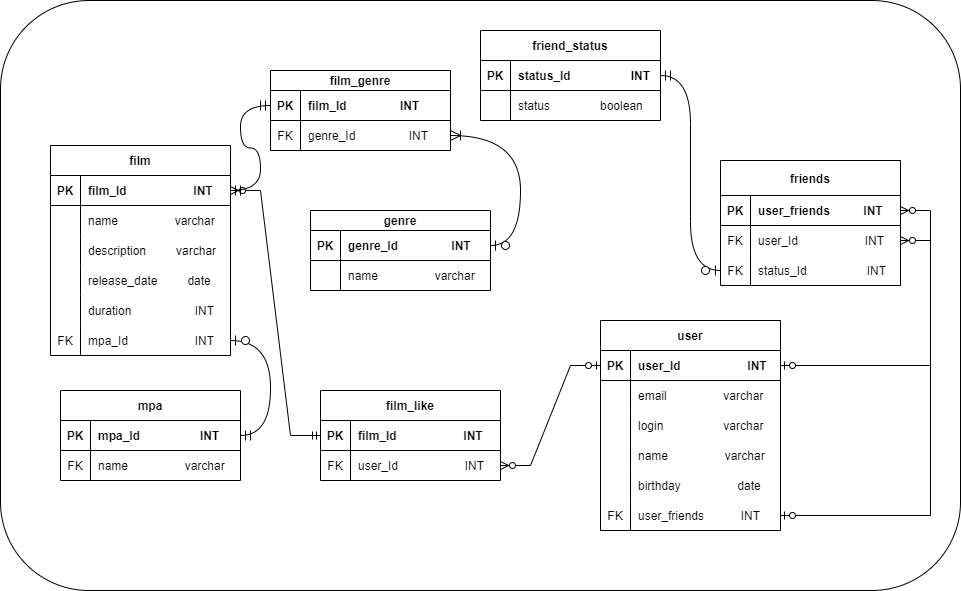
SinDju/java-filmorate keeps this draw.io diagram as src/main/resources/er_diagram.png. Above is the earlier version. Source tidied: cells renumbered, new cells last; positions are measured from the earlier drawing's top-left corner, leaving out a move shared by most shapes.
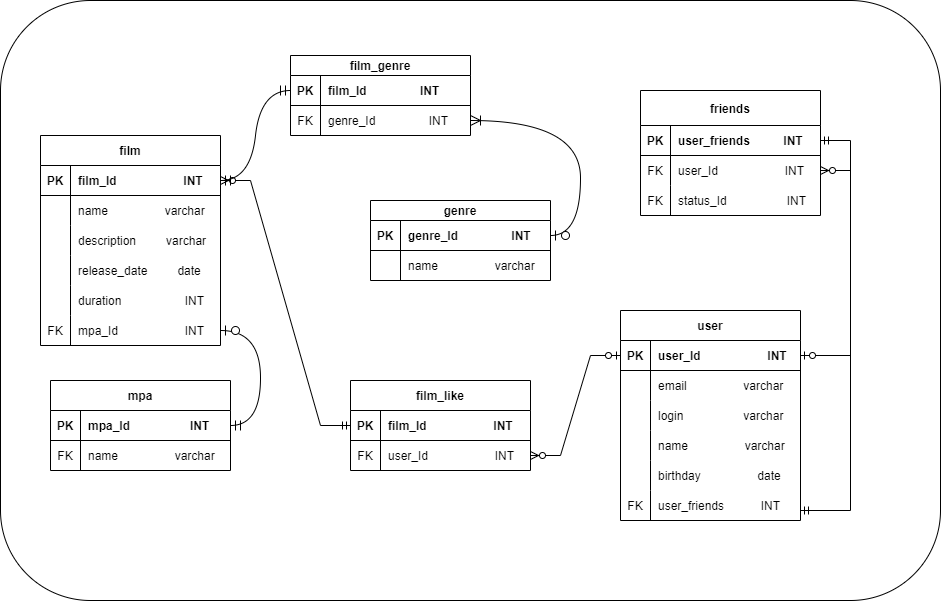
After the change.

Commit message:
fix: добавила извемения в ER diagram

What changed in the source:
```diff
@@ -3,7 +3,7 @@
     <mxCell id="0" />
     <mxCell id="1" parent="0" />
     <mxCell id="2" style="rounded=1;whiteSpace=wrap;html=1;labelBackgroundColor=none;labelBorderColor=none;" parent="1" vertex="1">
-      <mxGeometry width="960" height="590" as="geometry" />
+      <mxGeometry x="10" y="10" width="940" height="600" as="geometry" />
     </mxCell>
     <mxCell id="3" value="film" style="shape=table;startSize=30;rowLines=0;fontStyle=1;align=center;" parent="1" vertex="1">
       <mxGeometry x="50" y="145" width="180" height="210" as="geometry" />
@@ -63,7 +63,7 @@
       <mxGeometry x="30" width="150" height="30" as="geometry" />
     </mxCell>
     <mxCell id="22" value="user" style="shape=table;startSize=30;rowLines=0;fontStyle=1;align=center;" parent="1" vertex="1">
-      <mxGeometry x="600" y="320" width="180" height="210" as="geometry" />
+      <mxGeometry x="630" y="320" width="180" height="210" as="geometry" />
     </mxCell>
     <mxCell id="23" style="shape=tableRow;horizontal=0;startSize=0;swimlaneHead=0;swimlaneBody=0;fillColor=none;points=[[0,0.5],[1,0.5]];portConstraint=eastwest;top=0;left=0;right=0;bottom=1;" parent="22" vertex="1">
       <mxGeometry y="30" width="180" height="30" as="geometry" />
@@ -120,7 +120,7 @@
       <mxGeometry x="30" width="150" height="30" as="geometry" />
     </mxCell>
     <mxCell id="41" value="friends" style="shape=table;startSize=35;rowLines=0;fontStyle=1;align=center;" parent="1" vertex="1">
-      <mxGeometry x="720" y="160" width="180" height="125" as="geometry" />
+      <mxGeometry x="650" y="100" width="180" height="125" as="geometry" />
     </mxCell>
     <mxCell id="42" style="shape=tableRow;horizontal=0;startSize=0;swimlaneHead=0;swimlaneBody=0;fillColor=none;points=[[0,0.5],[1,0.5]];portConstraint=eastwest;top=0;left=0;right=0;bottom=1;" parent="41" vertex="1">
       <mxGeometry y="35" width="180" height="30" as="geometry" />
@@ -149,29 +149,8 @@
     <mxCell id="50" value="status_Id                  INT" style="shape=partialRectangle;fillColor=none;top=0;left=0;bottom=0;right=0;align=left;spacingLeft=6;overflow=hidden;" parent="48" vertex="1">
       <mxGeometry x="30" width="150" height="30" as="geometry" />
     </mxCell>
-    <mxCell id="51" value="friend_status" style="shape=table;startSize=30;rowLines=0;fontStyle=1;align=center;" parent="1" vertex="1">
-      <mxGeometry x="480" y="30" width="180" height="90" as="geometry" />
-    </mxCell>
-    <mxCell id="52" style="shape=tableRow;horizontal=0;startSize=0;swimlaneHead=0;swimlaneBody=0;fillColor=none;points=[[0,0.5],[1,0.5]];portConstraint=eastwest;top=0;left=0;right=0;bottom=1;" parent="51" vertex="1">
-      <mxGeometry y="30" width="180" height="30" as="geometry" />
-    </mxCell>
-    <mxCell id="53" value="PK" style="shape=partialRectangle;fillColor=none;top=0;left=0;bottom=0;right=0;fontStyle=1;overflow=hidden;" parent="52" vertex="1">
-      <mxGeometry width="30" height="30" as="geometry" />
-    </mxCell>
-    <mxCell id="54" value="status_Id                  INT" style="shape=partialRectangle;fillColor=none;top=0;left=0;bottom=0;right=0;align=left;spacingLeft=6;fontStyle=1;overflow=hidden;" parent="52" vertex="1">
-      <mxGeometry x="30" width="150" height="30" as="geometry" />
-    </mxCell>
-    <mxCell id="55" style="shape=tableRow;horizontal=0;startSize=0;swimlaneHead=0;swimlaneBody=0;fillColor=none;top=0;left=0;right=0;bottom=0;" parent="51" vertex="1">
-      <mxGeometry y="60" width="180" height="30" as="geometry" />
-    </mxCell>
-    <mxCell id="56" style="shape=partialRectangle;fillColor=none;top=0;left=0;bottom=0;right=0;overflow=hidden;" parent="55" vertex="1">
-      <mxGeometry width="30" height="30" as="geometry" />
-    </mxCell>
-    <mxCell id="57" value="status               boolean     " style="shape=partialRectangle;fillColor=none;top=0;left=0;bottom=0;right=0;align=left;spacingLeft=6;overflow=hidden;" parent="55" vertex="1">
-      <mxGeometry x="30" width="150" height="30" as="geometry" />
-    </mxCell>
     <mxCell id="58" value="film_like" style="shape=table;startSize=30;rowLines=0;fontStyle=1;align=center;labelBackgroundColor=none;labelBorderColor=none;" parent="1" vertex="1">
-      <mxGeometry x="320" y="390" width="180" height="90" as="geometry" />
+      <mxGeometry x="360" y="390" width="180" height="90" as="geometry" />
     </mxCell>
     <mxCell id="59" style="shape=tableRow;horizontal=0;startSize=0;swimlaneHead=0;swimlaneBody=0;fillColor=none;points=[[0,0.5],[1,0.5]];portConstraint=eastwest;top=0;left=0;right=0;bottom=1;" parent="58" vertex="1">
       <mxGeometry y="30" width="180" height="30" as="geometry" />
@@ -192,7 +171,7 @@
       <mxGeometry x="30" width="150" height="30" as="geometry" />
     </mxCell>
     <mxCell id="65" value="film_genre" style="shape=table;startSize=20;rowLines=0;fontStyle=1;align=center;" parent="1" vertex="1">
-      <mxGeometry x="270" y="70" width="180" height="80" as="geometry" />
+      <mxGeometry x="300" y="65" width="180" height="80" as="geometry" />
     </mxCell>
     <mxCell id="66" style="shape=tableRow;horizontal=0;startSize=0;swimlaneHead=0;swimlaneBody=0;fillColor=none;points=[[0,0.5],[1,0.5]];portConstraint=eastwest;top=0;left=0;right=0;bottom=1;" parent="65" vertex="1">
       <mxGeometry y="20" width="180" height="30" as="geometry" />
@@ -215,9 +194,6 @@
     <mxCell id="72" style="edgeStyle=entityRelationEdgeStyle;fontSize=12;html=1;endArrow=ERzeroToMany;startArrow=ERzeroToOne;rounded=0;exitX=1;exitY=0.5;exitDx=0;exitDy=0;" parent="1" edge="1" source="23" target="45">
       <mxGeometry relative="1" as="geometry" />
     </mxCell>
-    <mxCell id="73" style="edgeStyle=entityRelationEdgeStyle;fontSize=12;html=1;endArrow=ERzeroToMany;startArrow=ERzeroToOne;rounded=0;exitX=1;exitY=0.5;exitDx=0;exitDy=0;" parent="1" edge="1" source="38" target="42">
-      <mxGeometry relative="1" as="geometry" />
-    </mxCell>
     <mxCell id="74" style="edgeStyle=entityRelationEdgeStyle;fontSize=12;html=1;endArrow=ERzeroToMany;startArrow=ERmandOne;rounded=0;" parent="1" edge="1" source="59" target="4">
       <mxGeometry relative="1" as="geometry" />
     </mxCell>
@@ -245,14 +221,11 @@
     <mxCell id="82" value="name                 varchar                          " style="shape=partialRectangle;fillColor=none;top=0;left=0;bottom=0;right=0;align=left;spacingLeft=6;overflow=hidden;" parent="80" vertex="1">
       <mxGeometry x="30" width="150" height="30" as="geometry" />
     </mxCell>
-    <mxCell id="83" style="edgeStyle=entityRelationEdgeStyle;fontSize=12;html=1;endArrow=ERzeroToOne;startArrow=ERmandOne;rounded=0;startSize=8;endSize=8;curved=1;exitX=1;exitY=0.5;exitDx=0;exitDy=0;entryX=0;entryY=0.5;entryDx=0;entryDy=0;" parent="1" edge="1" source="52" target="48">
-      <mxGeometry relative="1" as="geometry" />
-    </mxCell>
     <mxCell id="84" style="edgeStyle=entityRelationEdgeStyle;fontSize=12;html=1;endArrow=ERzeroToOne;startArrow=ERmandOne;rounded=0;startSize=8;endSize=8;curved=1;entryX=1;entryY=0.5;entryDx=0;entryDy=0;" parent="1" edge="1" source="77" target="19">
       <mxGeometry relative="1" as="geometry" />
     </mxCell>
     <mxCell id="85" value="genre" style="shape=table;startSize=20;rowLines=0;fontStyle=1;align=center;" parent="1" vertex="1">
-      <mxGeometry x="310" y="210" width="180" height="80" as="geometry" />
+      <mxGeometry x="380" y="210" width="180" height="80" as="geometry" />
     </mxCell>
     <mxCell id="86" style="shape=tableRow;horizontal=0;startSize=0;swimlaneHead=0;swimlaneBody=0;fillColor=none;points=[[0,0.5],[1,0.5]];portConstraint=eastwest;top=0;left=0;right=0;bottom=1;" parent="85" vertex="1">
       <mxGeometry y="20" width="180" height="30" as="geometry" />
@@ -280,5 +253,13 @@
     <mxCell id="93" style="edgeStyle=entityRelationEdgeStyle;fontSize=12;html=1;endArrow=ERoneToMany;startArrow=ERzeroToOne;rounded=0;startSize=8;endSize=8;curved=1;entryX=1;entryY=0.5;entryDx=0;entryDy=0;" parent="1" edge="1" source="86" target="69">
       <mxGeometry relative="1" as="geometry" />
     </mxCell>
+    <mxCell id="94" style="edgeStyle=orthogonalEdgeStyle;rounded=0;orthogonalLoop=1;jettySize=auto;html=1;exitX=0.5;exitY=1;exitDx=0;exitDy=0;" parent="1" edge="1" source="2" target="2">
+      <mxGeometry relative="1" as="geometry" />
+    </mxCell>
+    <mxCell id="95" style="edgeStyle=entityRelationEdgeStyle;fontSize=12;html=1;endArrow=ERmandOne;startArrow=ERmandOne;rounded=0;" parent="1" edge="1" target="42">
+      <mxGeometry relative="1" as="geometry">
+        <mxPoint x="810" y="520" as="sourcePoint" />
+      </mxGeometry>
+    </mxCell>
   </root>
 </mxGraphModel>
```
